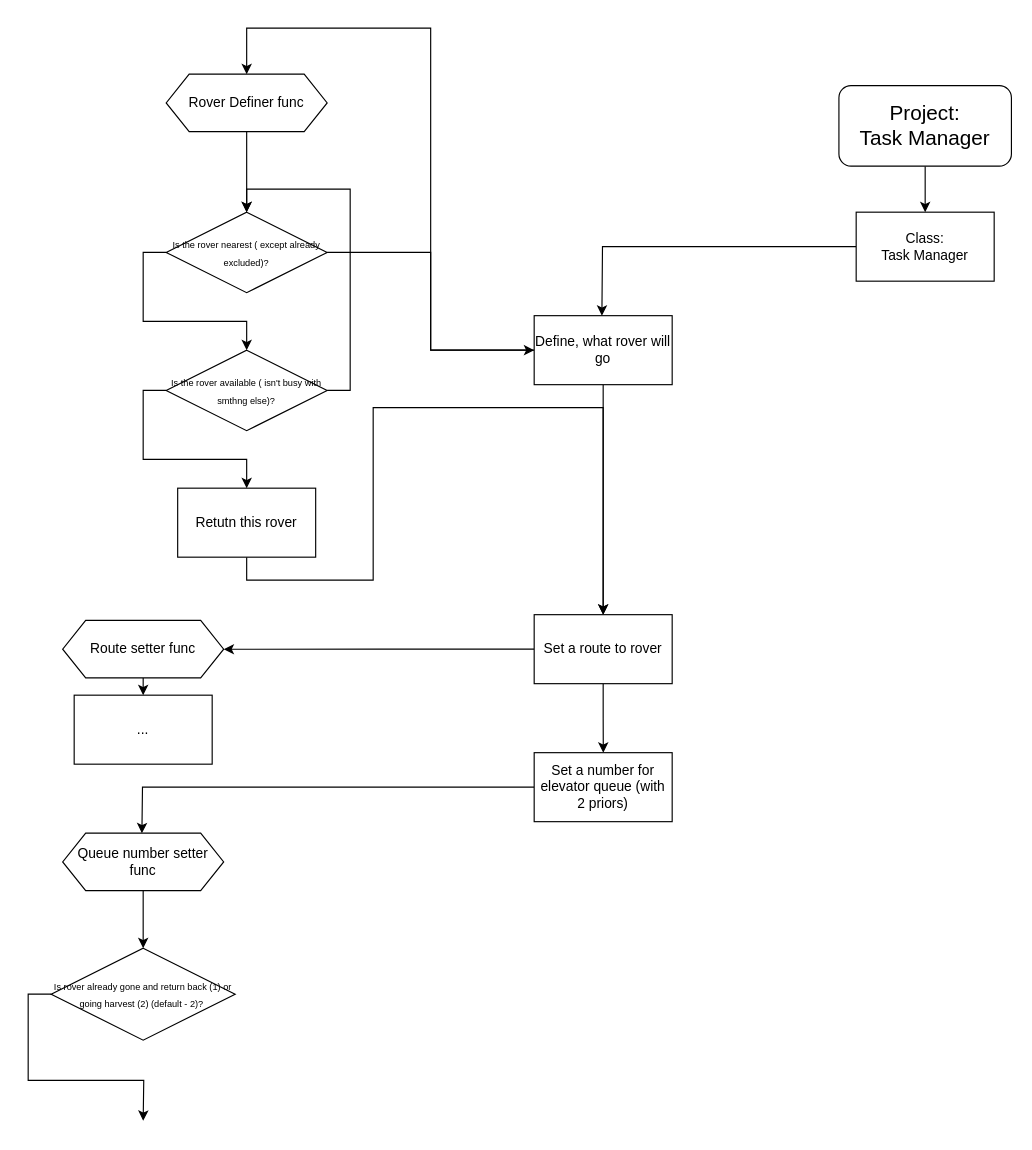
The draw.io diagram Диаграмма без названия.drawio in Pipikadro/Task_Manager_Drawio, before the edit. Source tidied: cells renumbered, new cells numbered last; positions are measured from the earlier drawing's top-left corner, leaving out a move shared by most shapes. Both pictures are drawn from the tidied source at 115%, with x=0, y=0 at pixel (51, 28).
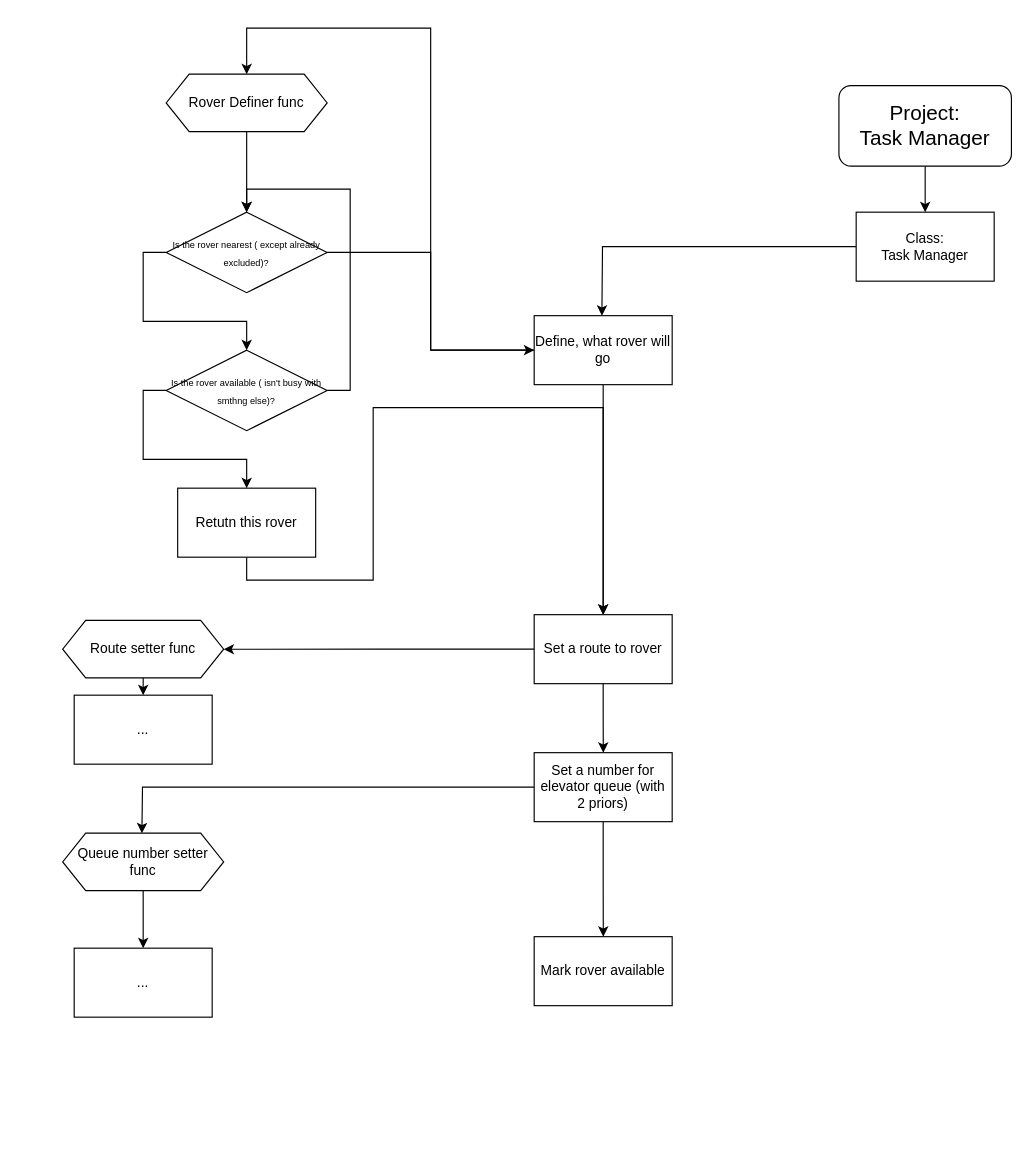
After the change.

Unchanged cells that the change refers to:
```xml
<mxCell id="22" value="Set a number for elevator queue (with 2 priors)" style="whiteSpace=wrap;html=1;" parent="1" vertex="1">
  <mxGeometry x="420" y="630" width="120" height="60" as="geometry" />
</mxCell>
```

The edit, as a diff of the source:
```diff
@@
+    <mxCell id="31" style="edgeStyle=orthogonalEdgeStyle;rounded=0;jettySize=auto;html=1;exitX=0.5;exitY=1;exitDx=0;exitDy=0;" parent="1" edge="1" source="22">
+      <mxGeometry relative="1" as="geometry">
+        <mxPoint x="480.1" y="790" as="targetPoint" />
+      </mxGeometry>
+    </mxCell>
@@
-    <mxCell id="29" style="edgeStyle=orthogonalEdgeStyle;rounded=0;jettySize=auto;html=1;exitX=0;exitY=0.5;exitDx=0;exitDy=0;" parent="1" edge="1" source="30">
-      <mxGeometry relative="1" as="geometry">
-        <mxPoint x="80" y="950" as="targetPoint" />
-      </mxGeometry>
-    </mxCell>
-    <mxCell id="30" value="&lt;font style=&quot;font-size: 8px;&quot;&gt;Is rover already gone and return back (1) or going harvest (2) (default - 2)?&amp;nbsp;&lt;/font&gt;" style="rhombus;whiteSpace=wrap;html=1;" parent="1" vertex="1">
-      <mxGeometry y="800" width="160" height="80" as="geometry" />
-    </mxCell>
+    <mxCell id="32" value="...&lt;br&gt;" style="whiteSpace=wrap;html=1;" parent="1" vertex="1">
+      <mxGeometry x="20" y="800" width="120" height="60" as="geometry" />
+    </mxCell>
+    <mxCell id="33" value="Mark rover available" style="whiteSpace=wrap;html=1;" parent="1" vertex="1">
+      <mxGeometry x="420" y="790" width="120" height="60" as="geometry" />
+    </mxCell>
```
